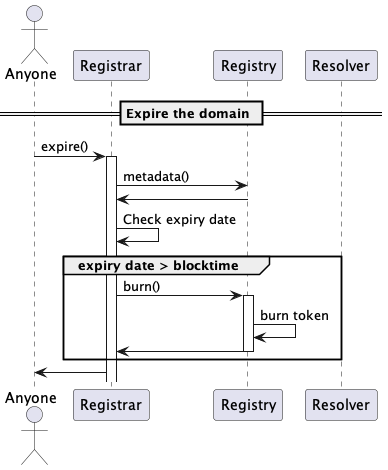
Above: docs/sequence-diagrams/puml/expire-domain.png in make-software/cspr-name-contracts (PlantUML), before the change.
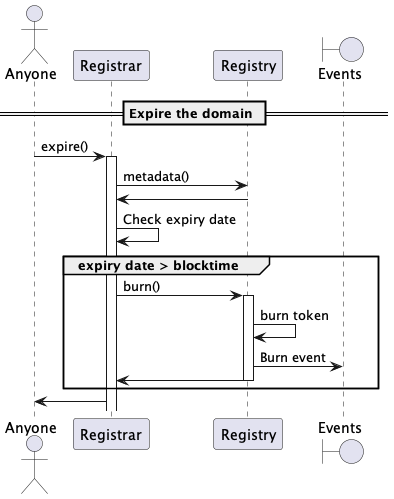
After the change.

What changed in the source:
```diff
@@ -3,7 +3,7 @@
 actor "Anyone"
 participant "Registrar"
 participant "Registry"
-participant "Resolver"
+boundary "Events"
 
 == Expire the domain ==
 
@@ -16,6 +16,7 @@
     Registrar -> Registry: burn()
     activate Registry
     Registry -> Registry: burn token
+    Registry -> "Events": Burn event
     Registry -> Registrar
     deactivate Registry
 end
```
